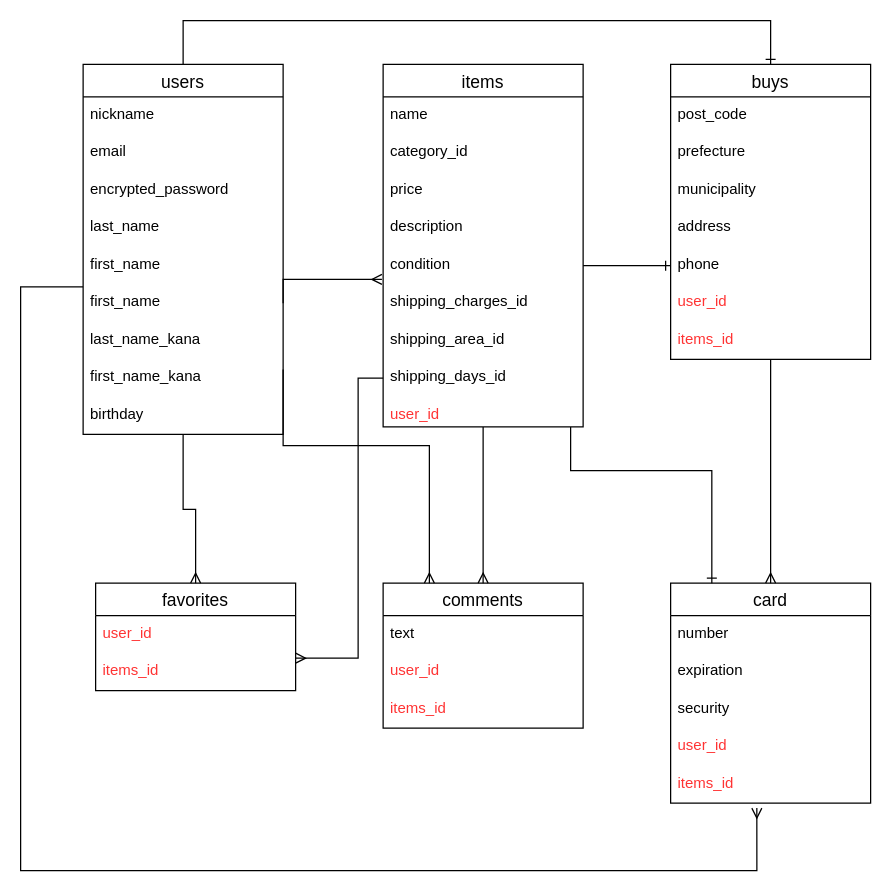
nakadakeisuke/furima-32486 keeps this draw.io diagram as furima.dio. Above is the earlier version. Source tidied: cells renumbered, new cells numbered last; positions are measured from the earlier drawing's top-left corner, leaving out a move shared by most shapes. Both pictures are drawn from the tidied source at 125%, with x=0, y=0 at pixel (20, 20).
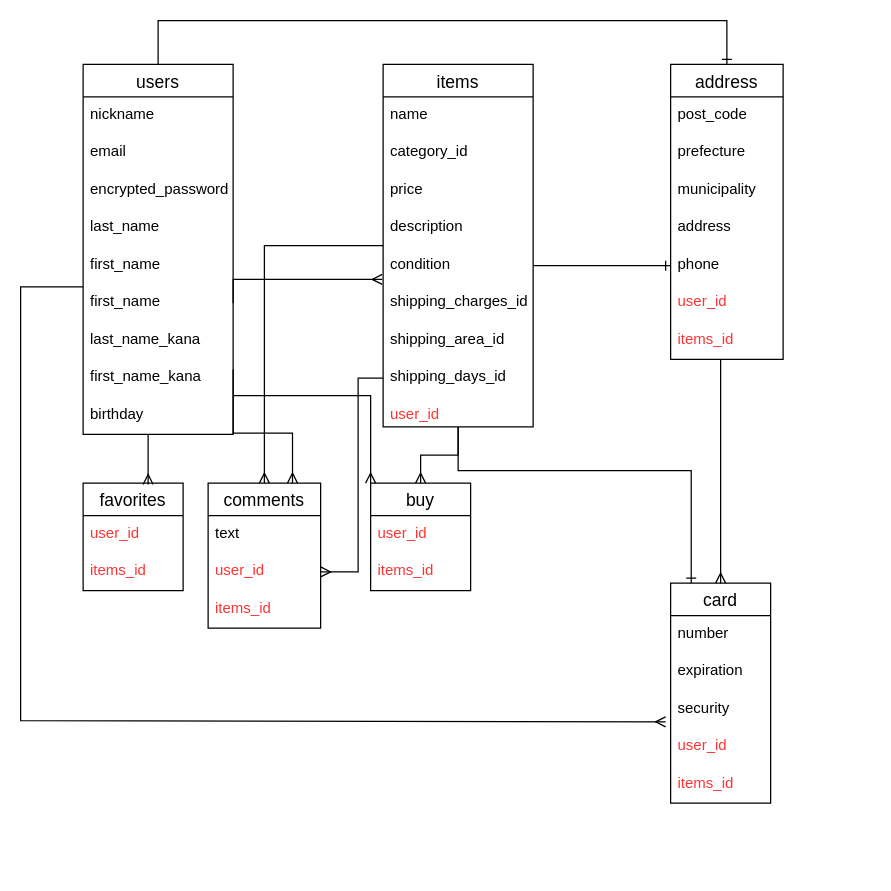
Above is the later version.

Commit message (it also covers changes not shown here):
ER図、READ ME修正2

Diff of the diagram source:
```diff
@@
-    <mxCell id="3" style="edgeStyle=elbowEdgeStyle;rounded=0;jettySize=auto;elbow=vertical;html=1;entryX=0.5;entryY=0;entryDx=0;entryDy=0;endArrow=ERmany;endFill=0;fontColor=#FF3333;" parent="1" edge="1" source="5" target="30">
-      <mxGeometry relative="1" as="geometry" />
+    <mxCell id="3" style="edgeStyle=elbowEdgeStyle;rounded=0;jettySize=auto;elbow=vertical;html=1;entryX=0.65;entryY=0.012;entryDx=0;entryDy=0;endArrow=ERmany;endFill=0;fontColor=#FF3333;entryPerimeter=0;" parent="1" edge="1" source="5" target="30">
+      <mxGeometry relative="1" as="geometry">
+        <Array as="points">
+          <mxPoint x="102" y="350" />
+          <mxPoint x="100" y="370" />
+        </Array>
+      </mxGeometry>
     </mxCell>
-    <mxCell id="4" style="edgeStyle=orthogonalEdgeStyle;rounded=0;jettySize=auto;html=1;endArrow=ERmany;endFill=0;fontColor=#FF3333;entryX=0.431;entryY=1.133;entryDx=0;entryDy=0;entryPerimeter=0;" parent="1" edge="1" source="5" target="47">
+    <mxCell id="4" style="edgeStyle=orthogonalEdgeStyle;rounded=0;jettySize=auto;html=1;endArrow=ERmany;endFill=0;fontColor=#FF3333;entryX=-0.05;entryY=0.833;entryDx=0;entryDy=0;entryPerimeter=0;" parent="1" edge="1" source="5" target="45">
       <mxGeometry relative="1" as="geometry">
         <Array as="points">
           <mxPoint y="213" />
-          <mxPoint y="680" />
-          <mxPoint x="589" y="680" />
+          <mxPoint y="560" />
+          <mxPoint x="516" y="560" />
         </Array>
       </mxGeometry>
     </mxCell>
+    <mxCell id="53" style="edgeStyle=orthogonalEdgeStyle;rounded=0;jettySize=auto;html=1;entryX=0;entryY=0;entryDx=0;entryDy=0;endArrow=ERmany;endFill=0;fontColor=#FF3333;" parent="1" edge="1" source="5" target="55">
+      <mxGeometry relative="1" as="geometry">
+        <Array as="points">
+          <mxPoint x="280" y="300" />
+        </Array>
+      </mxGeometry>
+    </mxCell>
     <mxCell id="5" value="users" style="swimlane;fontStyle=0;horizontal=1;startSize=26;align=center;fontSize=14;" parent="1" vertex="1">
-      <mxGeometry x="50" y="35" width="160" height="296" as="geometry" />
+      <mxGeometry x="50" y="35" width="120" height="296" as="geometry" />
     </mxCell>
     <mxCell id="6" value="nickname&#10;" style="text;strokeColor=none;fillColor=none;spacingLeft=4;spacingRight=4;overflow=hidden;fontSize=12;" parent="5" vertex="1">
-      <mxGeometry y="26" width="160" height="30" as="geometry" />
+      <mxGeometry y="26" width="120" height="30" as="geometry" />
     </mxCell>
     <mxCell id="7" value="email&#10;" style="text;strokeColor=none;fillColor=none;spacingLeft=4;spacingRight=4;overflow=hidden;fontSize=12;" parent="5" vertex="1">
-      <mxGeometry y="56" width="160" height="30" as="geometry" />
+      <mxGeometry y="56" width="120" height="30" as="geometry" />
     </mxCell>
     <mxCell id="8" value="encrypted_password&#10;" style="text;strokeColor=none;fillColor=none;spacingLeft=4;spacingRight=4;overflow=hidden;fontSize=12;" parent="5" vertex="1">
-      <mxGeometry y="86" width="160" height="30" as="geometry" />
+      <mxGeometry y="86" width="120" height="30" as="geometry" />
     </mxCell>
     <mxCell id="9" value="last_name&#10;" style="text;strokeColor=none;fillColor=none;spacingLeft=4;spacingRight=4;overflow=hidden;fontSize=12;" parent="5" vertex="1">
-      <mxGeometry y="116" width="160" height="30" as="geometry" />
+      <mxGeometry y="116" width="120" height="30" as="geometry" />
     </mxCell>
     <mxCell id="10" value="first_name&#10;" style="text;strokeColor=none;fillColor=none;spacingLeft=4;spacingRight=4;overflow=hidden;fontSize=12;" parent="5" vertex="1">
-      <mxGeometry y="146" width="160" height="30" as="geometry" />
+      <mxGeometry y="146" width="120" height="30" as="geometry" />
     </mxCell>
     <mxCell id="11" value="first_name&#10;" style="text;strokeColor=none;fillColor=none;spacingLeft=4;spacingRight=4;overflow=hidden;points=[[0,0.5],[1,0.5]];portConstraint=eastwest;fontSize=12;" parent="5" vertex="1">
-      <mxGeometry y="176" width="160" height="30" as="geometry" />
+      <mxGeometry y="176" width="120" height="30" as="geometry" />
     </mxCell>
     <mxCell id="12" value="last_name_kana&#10;" style="text;strokeColor=none;fillColor=none;spacingLeft=4;spacingRight=4;overflow=hidden;fontSize=12;" parent="5" vertex="1">
-      <mxGeometry y="206" width="160" height="30" as="geometry" />
+      <mxGeometry y="206" width="120" height="30" as="geometry" />
     </mxCell>
     <mxCell id="13" value="first_name_kana&#10;" style="text;strokeColor=none;fillColor=none;spacingLeft=4;spacingRight=4;overflow=hidden;points=[[0,0.5],[1,0.5]];portConstraint=eastwest;fontSize=12;" parent="5" vertex="1">
-      <mxGeometry y="236" width="160" height="30" as="geometry" />
+      <mxGeometry y="236" width="120" height="30" as="geometry" />
     </mxCell>
     <mxCell id="14" value="birthday" style="text;strokeColor=none;fillColor=none;spacingLeft=4;spacingRight=4;overflow=hidden;fontSize=12;" parent="5" vertex="1">
-      <mxGeometry y="266" width="160" height="30" as="geometry" />
+      <mxGeometry y="266" width="120" height="30" as="geometry" />
     </mxCell>
@@
+    <mxCell id="54" style="edgeStyle=orthogonalEdgeStyle;rounded=0;jettySize=auto;html=1;entryX=0.5;entryY=0;entryDx=0;entryDy=0;endArrow=ERmany;endFill=0;fontColor=#FF3333;" parent="1" edge="1" source="16" target="55">
+      <mxGeometry relative="1" as="geometry" />
+    </mxCell>
     <mxCell id="16" value="items" style="swimlane;fontStyle=0;horizontal=1;startSize=26;align=center;fontSize=14;fillColor=none;" parent="1" vertex="1">
-      <mxGeometry x="290" y="35" width="160" height="290" as="geometry" />
+      <mxGeometry x="290" y="35" width="120" height="290" as="geometry" />
     </mxCell>
     <mxCell id="17" value="name" style="text;strokeColor=none;fillColor=none;spacingLeft=4;spacingRight=4;overflow=hidden;fontSize=12;" parent="16" vertex="1">
-      <mxGeometry y="26" width="160" height="30" as="geometry" />
+      <mxGeometry y="26" width="120" height="30" as="geometry" />
     </mxCell>
     <mxCell id="18" value="category_id&#10;" style="text;strokeColor=none;fillColor=none;spacingLeft=4;spacingRight=4;overflow=hidden;fontSize=12;" parent="16" vertex="1">
-      <mxGeometry y="56" width="160" height="30" as="geometry" />
+      <mxGeometry y="56" width="120" height="30" as="geometry" />
     </mxCell>
     <mxCell id="19" value="price&#10;" style="text;strokeColor=none;fillColor=none;spacingLeft=4;spacingRight=4;overflow=hidden;fontSize=12;" parent="16" vertex="1">
-      <mxGeometry y="86" width="160" height="30" as="geometry" />
+      <mxGeometry y="86" width="120" height="30" as="geometry" />
     </mxCell>
     <mxCell id="20" value="description" style="text;strokeColor=none;fillColor=none;spacingLeft=4;spacingRight=4;overflow=hidden;fontSize=12;" parent="16" vertex="1">
-      <mxGeometry y="116" width="160" height="30" as="geometry" />
+      <mxGeometry y="116" width="120" height="30" as="geometry" />
     </mxCell>
     <mxCell id="21" value="condition" style="text;strokeColor=none;fillColor=none;spacingLeft=4;spacingRight=4;overflow=hidden;points=[[0,0.5],[1,0.5]];portConstraint=eastwest;fontSize=12;" parent="16" vertex="1">
-      <mxGeometry y="146" width="160" height="30" as="geometry" />
+      <mxGeometry y="146" width="120" height="30" as="geometry" />
     </mxCell>
     <mxCell id="22" value="shipping_charges_id&#10;&#10;" style="text;strokeColor=none;fillColor=none;spacingLeft=4;spacingRight=4;overflow=hidden;fontSize=12;" parent="16" vertex="1">
-      <mxGeometry y="176" width="160" height="30" as="geometry" />
+      <mxGeometry y="176" width="120" height="30" as="geometry" />
     </mxCell>
     <mxCell id="23" value="shipping_area_id" style="text;strokeColor=none;fillColor=none;spacingLeft=4;spacingRight=4;overflow=hidden;fontSize=12;" parent="16" vertex="1">
-      <mxGeometry y="206" width="160" height="30" as="geometry" />
+      <mxGeometry y="206" width="120" height="30" as="geometry" />
     </mxCell>
     <mxCell id="24" value="shipping_days_id&#10;&#10;" style="text;strokeColor=none;fillColor=none;spacingLeft=4;spacingRight=4;overflow=hidden;points=[[0,0.5],[1,0.5]];portConstraint=eastwest;fontSize=12;" parent="16" vertex="1">
-      <mxGeometry y="236" width="160" height="30" as="geometry" />
+      <mxGeometry y="236" width="120" height="30" as="geometry" />
     </mxCell>
     <mxCell id="25" value="user_id&#10;" style="text;spacingLeft=4;spacingRight=4;overflow=hidden;points=[[0,0.5],[1,0.5]];portConstraint=eastwest;fontSize=12;fontColor=#FF3333;" parent="16" vertex="1">
-      <mxGeometry y="266" width="160" height="24" as="geometry" />
+      <mxGeometry y="266" width="120" height="24" as="geometry" />
     </mxCell>
     <mxCell id="26" value="comments" style="swimlane;fontStyle=0;horizontal=1;startSize=26;align=center;fontSize=14;fillColor=none;" parent="1" vertex="1">
-      <mxGeometry x="290" y="450" width="160" height="116" as="geometry" />
+      <mxGeometry x="150" y="370" width="90" height="116" as="geometry" />
     </mxCell>
     <mxCell id="27" value="text&#10;" style="text;strokeColor=none;fillColor=none;spacingLeft=4;spacingRight=4;overflow=hidden;fontSize=12;" parent="26" vertex="1">
-      <mxGeometry y="26" width="160" height="30" as="geometry" />
+      <mxGeometry y="26" width="90" height="30" as="geometry" />
     </mxCell>
     <mxCell id="28" value="user_id&#10;" style="text;spacingLeft=4;spacingRight=4;overflow=hidden;points=[[0,0.5],[1,0.5]];portConstraint=eastwest;fontSize=12;fontColor=#FF3333;" parent="26" vertex="1">
-      <mxGeometry y="56" width="160" height="30" as="geometry" />
+      <mxGeometry y="56" width="90" height="30" as="geometry" />
     </mxCell>
     <mxCell id="29" value="items_id&#10;" style="text;spacingLeft=4;spacingRight=4;overflow=hidden;fontSize=12;fontColor=#FF3333;" parent="26" vertex="1">
-      <mxGeometry y="86" width="160" height="30" as="geometry" />
+      <mxGeometry y="86" width="90" height="30" as="geometry" />
     </mxCell>
     <mxCell id="30" value="favorites" style="swimlane;fontStyle=0;horizontal=1;startSize=26;align=center;fontSize=14;fillColor=none;" parent="1" vertex="1">
-      <mxGeometry x="60" y="450" width="160" height="86" as="geometry" />
+      <mxGeometry x="50" y="370" width="80" height="86" as="geometry" />
     </mxCell>
     <mxCell id="31" value="user_id&#10;" style="text;spacingLeft=4;spacingRight=4;overflow=hidden;fontSize=12;fontColor=#FF3333;" parent="30" vertex="1">
-      <mxGeometry y="26" width="160" height="30" as="geometry" />
+      <mxGeometry y="26" width="80" height="30" as="geometry" />
     </mxCell>
     <mxCell id="32" value="items_id&#10;" style="text;spacingLeft=4;spacingRight=4;overflow=hidden;fontSize=12;fontColor=#FF3333;" parent="30" vertex="1">
-      <mxGeometry y="56" width="160" height="30" as="geometry" />
+      <mxGeometry y="56" width="80" height="30" as="geometry" />
     </mxCell>
     <mxCell id="33" style="edgeStyle=orthogonalEdgeStyle;rounded=0;jettySize=auto;html=1;entryX=0.5;entryY=0;entryDx=0;entryDy=0;endArrow=ERmany;endFill=0;fontColor=#FF3333;" parent="1" edge="1" source="34" target="42">
-      <mxGeometry relative="1" as="geometry" />
+      <mxGeometry relative="1" as="geometry">
+        <Array as="points">
+          <mxPoint x="560" y="440" />
+          <mxPoint x="560" y="440" />
+        </Array>
+      </mxGeometry>
     </mxCell>
-    <mxCell id="34" value="buys" style="swimlane;fontStyle=0;horizontal=1;startSize=26;align=center;fontSize=14;fillColor=none;" parent="1" vertex="1">
-      <mxGeometry x="520" y="35" width="160" height="236" as="geometry" />
+    <mxCell id="34" value="address" style="swimlane;fontStyle=0;horizontal=1;startSize=26;align=center;fontSize=14;fillColor=none;" parent="1" vertex="1">
+      <mxGeometry x="520" y="35" width="90" height="236" as="geometry" />
     </mxCell>
     <mxCell id="35" value="post_code" style="text;strokeColor=none;fillColor=none;spacingLeft=4;spacingRight=4;overflow=hidden;fontSize=12;" parent="34" vertex="1">
-      <mxGeometry y="26" width="160" height="30" as="geometry" />
+      <mxGeometry y="26" width="90" height="30" as="geometry" />
     </mxCell>
     <mxCell id="36" value="prefecture&#10;" style="text;strokeColor=none;fillColor=none;spacingLeft=4;spacingRight=4;overflow=hidden;fontSize=12;" parent="34" vertex="1">
-      <mxGeometry y="56" width="160" height="30" as="geometry" />
+      <mxGeometry y="56" width="90" height="30" as="geometry" />
     </mxCell>
     <mxCell id="37" value="municipality" style="text;strokeColor=none;fillColor=none;spacingLeft=4;spacingRight=4;overflow=hidden;fontSize=12;" parent="34" vertex="1">
-      <mxGeometry y="86" width="160" height="30" as="geometry" />
+      <mxGeometry y="86" width="90" height="30" as="geometry" />
     </mxCell>
     <mxCell id="38" value="address" style="text;strokeColor=none;fillColor=none;spacingLeft=4;spacingRight=4;overflow=hidden;fontSize=12;" parent="34" vertex="1">
-      <mxGeometry y="116" width="160" height="30" as="geometry" />
+      <mxGeometry y="116" width="90" height="30" as="geometry" />
     </mxCell>
     <mxCell id="39" value="phone" style="text;strokeColor=none;fillColor=none;spacingLeft=4;spacingRight=4;overflow=hidden;points=[[0,0.5],[1,0.5]];portConstraint=eastwest;fontSize=12;" parent="34" vertex="1">
-      <mxGeometry y="146" width="160" height="30" as="geometry" />
+      <mxGeometry y="146" width="90" height="30" as="geometry" />
     </mxCell>
     <mxCell id="40" value="user_id&#10;" style="text;spacingLeft=4;spacingRight=4;overflow=hidden;fontSize=12;fontColor=#FF3333;" parent="34" vertex="1">
-      <mxGeometry y="176" width="160" height="30" as="geometry" />
+      <mxGeometry y="176" width="90" height="30" as="geometry" />
     </mxCell>
     <mxCell id="41" value="items_id&#10;" style="text;spacingLeft=4;spacingRight=4;overflow=hidden;fontSize=12;fontColor=#FF3333;" parent="34" vertex="1">
-      <mxGeometry y="206" width="160" height="30" as="geometry" />
+      <mxGeometry y="206" width="90" height="30" as="geometry" />
     </mxCell>
     <mxCell id="42" value="card" style="swimlane;fontStyle=0;horizontal=1;startSize=26;align=center;fontSize=14;fillColor=none;" parent="1" vertex="1">
-      <mxGeometry x="520" y="450" width="160" height="176" as="geometry" />
+      <mxGeometry x="520" y="450" width="80" height="176" as="geometry" />
     </mxCell>
     <mxCell id="43" value="number&#10;" style="text;strokeColor=none;fillColor=none;spacingLeft=4;spacingRight=4;overflow=hidden;fontSize=12;" parent="42" vertex="1">
-      <mxGeometry y="26" width="160" height="30" as="geometry" />
+      <mxGeometry y="26" width="80" height="30" as="geometry" />
     </mxCell>
     <mxCell id="44" value="expiration&#10;" style="text;strokeColor=none;fillColor=none;spacingLeft=4;spacingRight=4;overflow=hidden;fontSize=12;" parent="42" vertex="1">
-      <mxGeometry y="56" width="160" height="30" as="geometry" />
+      <mxGeometry y="56" width="80" height="30" as="geometry" />
     </mxCell>
     <mxCell id="45" value="security" style="text;strokeColor=none;fillColor=none;spacingLeft=4;spacingRight=4;overflow=hidden;points=[[0,0.5],[1,0.5]];portConstraint=eastwest;fontSize=12;" parent="42" vertex="1">
-      <mxGeometry y="86" width="160" height="30" as="geometry" />
+      <mxGeometry y="86" width="80" height="30" as="geometry" />
     </mxCell>
     <mxCell id="46" value="user_id&#10;" style="text;spacingLeft=4;spacingRight=4;overflow=hidden;fontSize=12;fontColor=#FF3333;" parent="42" vertex="1">
-      <mxGeometry y="116" width="160" height="30" as="geometry" />
+      <mxGeometry y="116" width="80" height="30" as="geometry" />
     </mxCell>
     <mxCell id="47" value="items_id&#10;" style="text;spacingLeft=4;spacingRight=4;overflow=hidden;points=[[0,0.5],[1,0.5]];portConstraint=eastwest;fontSize=12;fontColor=#FF3333;" parent="42" vertex="1">
-      <mxGeometry y="146" width="160" height="30" as="geometry" />
+      <mxGeometry y="146" width="80" height="30" as="geometry" />
     </mxCell>
     <mxCell id="48" style="edgeStyle=orthogonalEdgeStyle;rounded=0;jettySize=auto;html=1;exitX=1;exitY=0.5;exitDx=0;exitDy=0;fontColor=#FF3333;endArrow=ERmany;endFill=0;entryX=-0.006;entryY=0.867;entryDx=0;entryDy=0;entryPerimeter=0;" parent="1" edge="1" source="11" target="21">
       <mxGeometry relative="1" as="geometry">
         <Array as="points">
-          <mxPoint x="210" y="207" />
+          <mxPoint x="170" y="207" />
         </Array>
       </mxGeometry>
     </mxCell>
@@
-    <mxCell id="51" style="edgeStyle=elbowEdgeStyle;rounded=0;jettySize=auto;elbow=vertical;html=1;endArrow=ERmany;endFill=0;fontColor=#FF3333;exitX=1;exitY=0.267;exitDx=0;exitDy=0;exitPerimeter=0;" parent="1" edge="1" source="13">
+    <mxCell id="51" style="edgeStyle=elbowEdgeStyle;rounded=0;jettySize=auto;elbow=vertical;html=1;endArrow=ERmany;endFill=0;fontColor=#FF3333;exitX=1;exitY=0.267;exitDx=0;exitDy=0;exitPerimeter=0;entryX=0.75;entryY=0;entryDx=0;entryDy=0;" parent="1" edge="1" source="13" target="26">
       <mxGeometry relative="1" as="geometry">
-        <mxPoint x="327" y="450" as="targetPoint" />
         <Array as="points">
+          <mxPoint x="240" y="330" />
           <mxPoint x="250" y="340" />
         </Array>
       </mxGeometry>
     </mxCell>
-    <mxCell id="52" style="edgeStyle=orthogonalEdgeStyle;rounded=0;jettySize=auto;html=1;endArrow=ERmany;endFill=0;fontColor=#FF3333;" parent="1" edge="1" source="24">
+    <mxCell id="52" style="edgeStyle=orthogonalEdgeStyle;rounded=0;jettySize=auto;html=1;endArrow=ERmany;endFill=0;fontColor=#FF3333;entryX=1;entryY=0.5;entryDx=0;entryDy=0;" parent="1" edge="1" source="24" target="28">
       <mxGeometry relative="1" as="geometry">
-        <mxPoint x="220" y="510" as="targetPoint" />
         <Array as="points">
           <mxPoint x="270" y="286" />
-          <mxPoint x="270" y="510" />
+          <mxPoint x="270" y="441" />
         </Array>
       </mxGeometry>
     </mxCell>
+    <mxCell id="55" value="buy" style="swimlane;fontStyle=0;horizontal=1;startSize=26;align=center;fontSize=14;fillColor=none;" parent="1" vertex="1">
+      <mxGeometry x="280" y="370" width="80" height="86" as="geometry" />
+    </mxCell>
+    <mxCell id="56" value="user_id&#10;" style="text;spacingLeft=4;spacingRight=4;overflow=hidden;fontSize=12;fontColor=#FF3333;" parent="55" vertex="1">
+      <mxGeometry y="26" width="80" height="30" as="geometry" />
+    </mxCell>
+    <mxCell id="57" value="items_id&#10;" style="text;spacingLeft=4;spacingRight=4;overflow=hidden;fontSize=12;fontColor=#FF3333;" parent="55" vertex="1">
+      <mxGeometry y="56" width="80" height="30" as="geometry" />
+    </mxCell>
```
